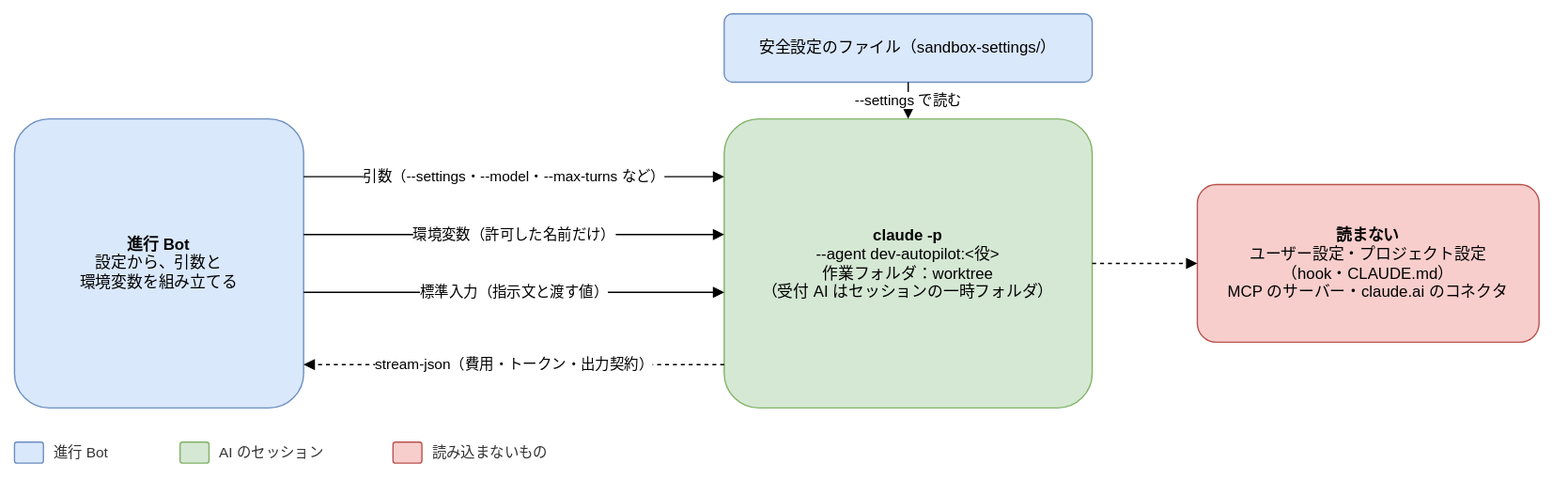
Before: docs/design/basic/diagrams/03-launch.drawio.svg, a diagram exported from draw.io (Joymerrevent/dev-autopilot). Source tidied: cells renumbered, new cells last; positions are measured from the earlier drawing's top-left corner, leaving out a move shared by most shapes. Its diagram source:
```xml
<mxGraphModel background="#ffffff">
  <root>
    <mxCell id="0" />
    <mxCell id="1" parent="0" />
    <mxCell id="2" value="&lt;b&gt;進行 Bot&lt;/b&gt;&lt;br&gt;設定から、引数と&lt;br&gt;環境変数を組み立てる" style="rounded=1;whiteSpace=wrap;html=1;fontSize=12;arcSize=12;spacing=12;fillColor=#dae8fc;strokeColor=#6c8ebf;" parent="1" vertex="1">
      <mxGeometry y="80" width="220" height="220" as="geometry" />
    </mxCell>
    <mxCell id="3" value="&lt;b&gt;claude -p&lt;/b&gt;&lt;br&gt;--agent dev-autopilot:&amp;lt;役&amp;gt;&lt;br&gt;作業フォルダ：worktree&lt;br&gt;（受付 AI はセッションの一時フォルダ）" style="rounded=1;whiteSpace=wrap;html=1;fontSize=12;arcSize=12;spacing=12;fillColor=#d5e8d4;strokeColor=#82b366;" parent="1" vertex="1">
      <mxGeometry x="540" y="80" width="280" height="220" as="geometry" />
    </mxCell>
    <mxCell id="4" value="安全設定のファイル（sandbox-settings/）" style="rounded=1;whiteSpace=wrap;html=1;fontSize=12;arcSize=12;spacing=12;fillColor=#dae8fc;strokeColor=#6c8ebf;" parent="1" vertex="1">
      <mxGeometry x="540" width="280" height="52" as="geometry" />
    </mxCell>
    <mxCell id="5" value="&lt;b&gt;読まない&lt;/b&gt;&lt;br&gt;ユーザー設定・プロジェクト設定&lt;br&gt;（hook・CLAUDE.md）&lt;br&gt;MCP のサーバー・claude.ai のコネクタ" style="rounded=1;whiteSpace=wrap;html=1;fontSize=12;arcSize=12;spacing=12;fillColor=#f8cecc;strokeColor=#b85450;" parent="1" vertex="1">
      <mxGeometry x="900" y="130" width="260" height="120" as="geometry" />
    </mxCell>
    <mxCell id="6" value="引数（--settings・--model・--max-turns など）" style="edgeStyle=orthogonalEdgeStyle;rounded=1;html=1;endArrow=block;endFill=1;fontSize=11;labelBackgroundColor=#ffffff;exitX=1;exitY=0.2;exitDx=0;exitDy=0;entryX=0;entryY=0.2;entryDx=0;entryDy=0;" parent="1" edge="1" source="2" target="3">
      <mxGeometry relative="1" as="geometry" />
    </mxCell>
    <mxCell id="7" value="環境変数（許可した名前だけ）" style="edgeStyle=orthogonalEdgeStyle;rounded=1;html=1;endArrow=block;endFill=1;fontSize=11;labelBackgroundColor=#ffffff;exitX=1;exitY=0.4;exitDx=0;exitDy=0;entryX=0;entryY=0.4;entryDx=0;entryDy=0;" parent="1" edge="1" source="2" target="3">
      <mxGeometry relative="1" as="geometry" />
    </mxCell>
    <mxCell id="8" value="標準入力（指示文と渡す値）" style="edgeStyle=orthogonalEdgeStyle;rounded=1;html=1;endArrow=block;endFill=1;fontSize=11;labelBackgroundColor=#ffffff;exitX=1;exitY=0.6;exitDx=0;exitDy=0;entryX=0;entryY=0.6;entryDx=0;entryDy=0;" parent="1" edge="1" source="2" target="3">
      <mxGeometry relative="1" as="geometry" />
    </mxCell>
    <mxCell id="9" value="stream-json（費用・トークン・出力契約）" style="edgeStyle=orthogonalEdgeStyle;rounded=1;html=1;endArrow=block;endFill=1;fontSize=11;labelBackgroundColor=#ffffff;dashed=1;exitX=0;exitY=0.85;exitDx=0;exitDy=0;entryX=1;entryY=0.85;entryDx=0;entryDy=0;" parent="1" edge="1" source="3" target="2">
      <mxGeometry relative="1" as="geometry" />
    </mxCell>
    <mxCell id="10" value="--settings で読む" style="edgeStyle=orthogonalEdgeStyle;rounded=1;html=1;endArrow=block;endFill=1;fontSize=11;labelBackgroundColor=#ffffff;exitX=0.5;exitY=1;exitDx=0;exitDy=0;entryX=0.5;entryY=0;entryDx=0;entryDy=0;" parent="1" edge="1" source="4" target="3">
      <mxGeometry relative="1" as="geometry" />
    </mxCell>
    <mxCell id="11" style="edgeStyle=orthogonalEdgeStyle;rounded=1;html=1;endArrow=block;endFill=1;fontSize=11;labelBackgroundColor=#ffffff;dashed=1;exitX=1;exitY=0.5;exitDx=0;exitDy=0;entryX=0;entryY=0.5;entryDx=0;entryDy=0;" parent="1" edge="1" source="3" target="5">
      <mxGeometry relative="1" as="geometry" />
    </mxCell>
    <mxCell id="12" style="rounded=1;whiteSpace=wrap;html=1;fontSize=12;arcSize=12;spacing=12;fillColor=#dae8fc;strokeColor=#6c8ebf;" parent="1" vertex="1">
      <mxGeometry y="326" width="22" height="16" as="geometry" />
    </mxCell>
    <mxCell id="13" value="進行 Bot" style="text;html=1;align=left;verticalAlign=middle;fontSize=11;fontColor=#333333;" parent="1" vertex="1">
      <mxGeometry x="28" y="324" width="82" height="20" as="geometry" />
    </mxCell>
    <mxCell id="14" style="rounded=1;whiteSpace=wrap;html=1;fontSize=12;arcSize=12;spacing=12;fillColor=#d5e8d4;strokeColor=#82b366;" parent="1" vertex="1">
      <mxGeometry x="126" y="326" width="22" height="16" as="geometry" />
    </mxCell>
    <mxCell id="15" value="AI のセッション" style="text;html=1;align=left;verticalAlign=middle;fontSize=11;fontColor=#333333;" parent="1" vertex="1">
      <mxGeometry x="154" y="324" width="118" height="20" as="geometry" />
    </mxCell>
    <mxCell id="16" style="rounded=1;whiteSpace=wrap;html=1;fontSize=12;arcSize=12;spacing=12;fillColor=#f8cecc;strokeColor=#b85450;" parent="1" vertex="1">
      <mxGeometry x="288" y="326" width="22" height="16" as="geometry" />
    </mxCell>
    <mxCell id="17" value="読み込まないもの" style="text;html=1;align=left;verticalAlign=middle;fontSize=11;fontColor=#333333;" parent="1" vertex="1">
      <mxGeometry x="316" y="324" width="106" height="20" as="geometry" />
    </mxCell>
  </root>
</mxGraphModel>
```
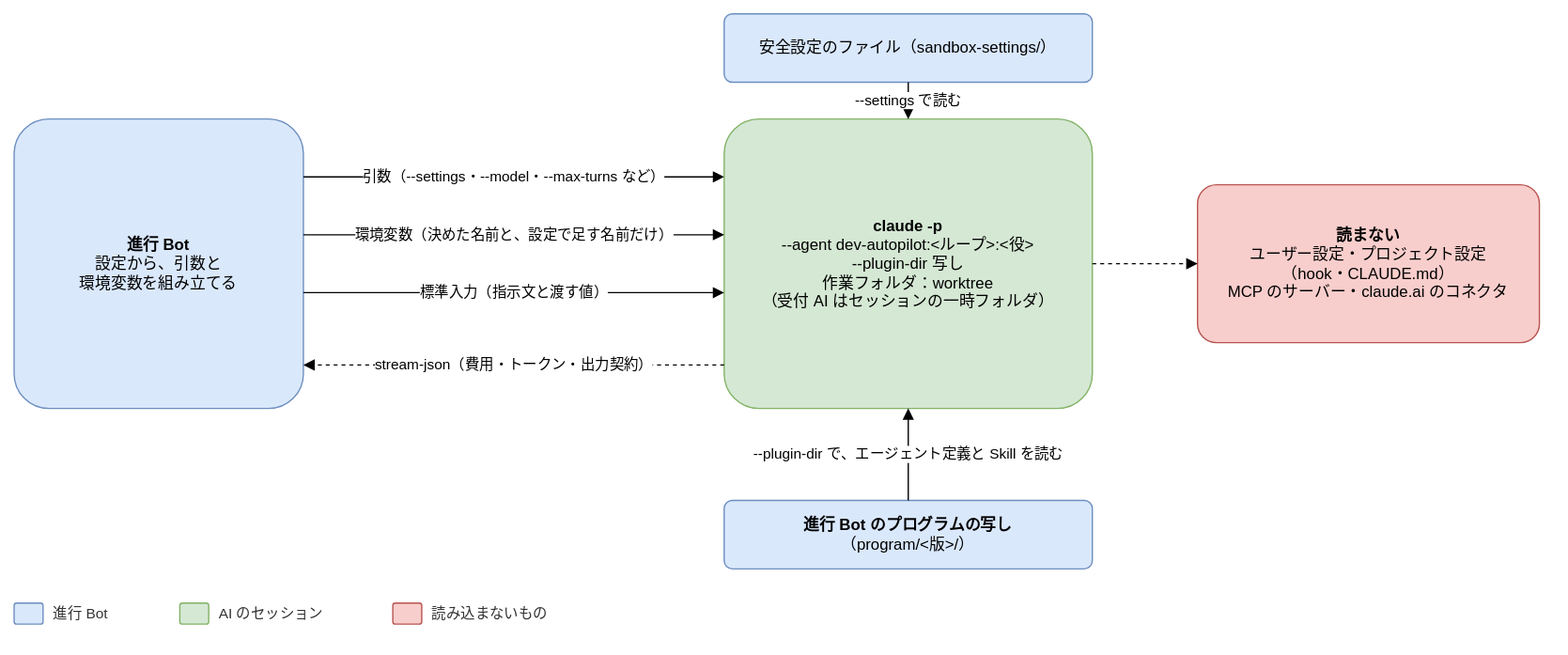
Later version of the same file.

The edit, as a diff of the source:
```diff
@@ -3,21 +3,21 @@
     <mxCell id="0" />
     <mxCell id="1" parent="0" />
     <mxCell id="2" value="&lt;b&gt;進行 Bot&lt;/b&gt;&lt;br&gt;設定から、引数と&lt;br&gt;環境変数を組み立てる" style="rounded=1;whiteSpace=wrap;html=1;fontSize=12;arcSize=12;spacing=12;fillColor=#dae8fc;strokeColor=#6c8ebf;" parent="1" vertex="1">
-      <mxGeometry y="80" width="220" height="220" as="geometry" />
+      <mxGeometry y="-42" width="220" height="220" as="geometry" />
     </mxCell>
-    <mxCell id="3" value="&lt;b&gt;claude -p&lt;/b&gt;&lt;br&gt;--agent dev-autopilot:&amp;lt;役&amp;gt;&lt;br&gt;作業フォルダ：worktree&lt;br&gt;（受付 AI はセッションの一時フォルダ）" style="rounded=1;whiteSpace=wrap;html=1;fontSize=12;arcSize=12;spacing=12;fillColor=#d5e8d4;strokeColor=#82b366;" parent="1" vertex="1">
-      <mxGeometry x="540" y="80" width="280" height="220" as="geometry" />
+    <mxCell id="3" value="&lt;b&gt;claude -p&lt;/b&gt;&lt;br&gt;--agent dev-autopilot:&amp;lt;ループ&amp;gt;:&amp;lt;役&amp;gt;&lt;br&gt;--plugin-dir 写し&lt;br&gt;作業フォルダ：worktree&lt;br&gt;（受付 AI はセッションの一時フォルダ）" style="rounded=1;whiteSpace=wrap;html=1;fontSize=12;arcSize=12;spacing=12;fillColor=#d5e8d4;strokeColor=#82b366;" parent="1" vertex="1">
+      <mxGeometry x="540" y="-42" width="280" height="220" as="geometry" />
     </mxCell>
     <mxCell id="4" value="安全設定のファイル（sandbox-settings/）" style="rounded=1;whiteSpace=wrap;html=1;fontSize=12;arcSize=12;spacing=12;fillColor=#dae8fc;strokeColor=#6c8ebf;" parent="1" vertex="1">
-      <mxGeometry x="540" width="280" height="52" as="geometry" />
+      <mxGeometry x="540" y="-122" width="280" height="52" as="geometry" />
     </mxCell>
     <mxCell id="5" value="&lt;b&gt;読まない&lt;/b&gt;&lt;br&gt;ユーザー設定・プロジェクト設定&lt;br&gt;（hook・CLAUDE.md）&lt;br&gt;MCP のサーバー・claude.ai のコネクタ" style="rounded=1;whiteSpace=wrap;html=1;fontSize=12;arcSize=12;spacing=12;fillColor=#f8cecc;strokeColor=#b85450;" parent="1" vertex="1">
-      <mxGeometry x="900" y="130" width="260" height="120" as="geometry" />
+      <mxGeometry x="900" y="8" width="260" height="120" as="geometry" />
     </mxCell>
     <mxCell id="6" value="引数（--settings・--model・--max-turns など）" style="edgeStyle=orthogonalEdgeStyle;rounded=1;html=1;endArrow=block;endFill=1;fontSize=11;labelBackgroundColor=#ffffff;exitX=1;exitY=0.2;exitDx=0;exitDy=0;entryX=0;entryY=0.2;entryDx=0;entryDy=0;" parent="1" edge="1" source="2" target="3">
       <mxGeometry relative="1" as="geometry" />
     </mxCell>
-    <mxCell id="7" value="環境変数（許可した名前だけ）" style="edgeStyle=orthogonalEdgeStyle;rounded=1;html=1;endArrow=block;endFill=1;fontSize=11;labelBackgroundColor=#ffffff;exitX=1;exitY=0.4;exitDx=0;exitDy=0;entryX=0;entryY=0.4;entryDx=0;entryDy=0;" parent="1" edge="1" source="2" target="3">
+    <mxCell id="7" value="環境変数（決めた名前と、設定で足す名前だけ）" style="edgeStyle=orthogonalEdgeStyle;rounded=1;html=1;endArrow=block;endFill=1;fontSize=11;labelBackgroundColor=#ffffff;exitX=1;exitY=0.4;exitDx=0;exitDy=0;entryX=0;entryY=0.4;entryDx=0;entryDy=0;" parent="1" edge="1" source="2" target="3">
       <mxGeometry relative="1" as="geometry" />
     </mxCell>
     <mxCell id="8" value="標準入力（指示文と渡す値）" style="edgeStyle=orthogonalEdgeStyle;rounded=1;html=1;endArrow=block;endFill=1;fontSize=11;labelBackgroundColor=#ffffff;exitX=1;exitY=0.6;exitDx=0;exitDy=0;entryX=0;entryY=0.6;entryDx=0;entryDy=0;" parent="1" edge="1" source="2" target="3">
@@ -50,5 +50,11 @@
     <mxCell id="17" value="読み込まないもの" style="text;html=1;align=left;verticalAlign=middle;fontSize=11;fontColor=#333333;" parent="1" vertex="1">
       <mxGeometry x="316" y="324" width="106" height="20" as="geometry" />
     </mxCell>
+    <mxCell id="18" value="&lt;b&gt;進行 Bot のプログラムの写し&lt;/b&gt;（program/&amp;lt;版&amp;gt;/）" style="rounded=1;whiteSpace=wrap;html=1;fontSize=12;arcSize=12;spacing=12;fillColor=#dae8fc;strokeColor=#6c8ebf;" parent="1" vertex="1">
+      <mxGeometry x="540" y="248" width="280" height="52" as="geometry" />
+    </mxCell>
+    <mxCell id="19" value="--plugin-dir で、エージェント定義と Skill を読む" style="edgeStyle=orthogonalEdgeStyle;rounded=1;html=1;endArrow=block;endFill=1;fontSize=11;labelBackgroundColor=#ffffff;exitX=0.5;exitY=0;exitDx=0;exitDy=0;entryX=0.5;entryY=1;entryDx=0;entryDy=0;" parent="1" edge="1" source="18" target="3">
+      <mxGeometry relative="1" as="geometry" />
+    </mxCell>
   </root>
 </mxGraphModel>
```
